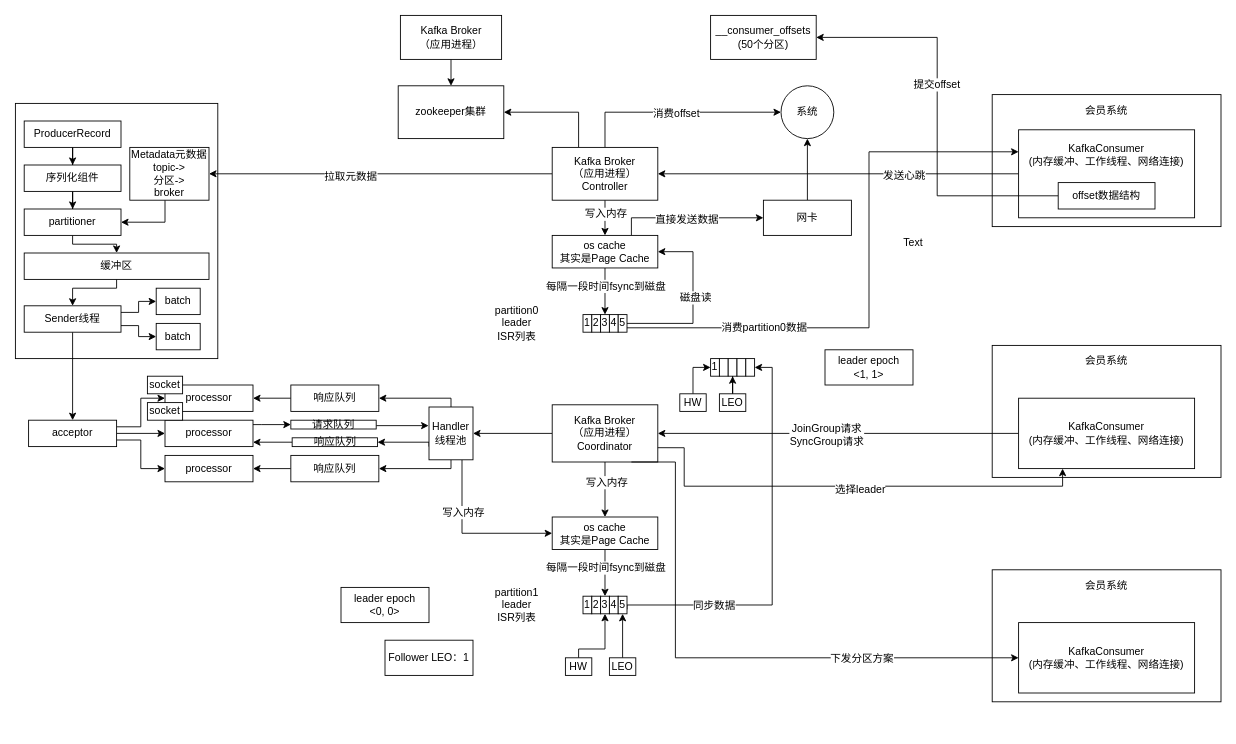
This is Kafka/01_Kafka原理.drawio from chenshuai1995/a-imgs, a draw.io file, before an edit. Source tidied: cells renumbered, new cells numbered last; positions are measured from the earlier drawing's top-left corner, leaving out a move shared by most shapes. Both pictures are drawn from the tidied source at 88%, with x=0, y=0 at pixel (15, 15).
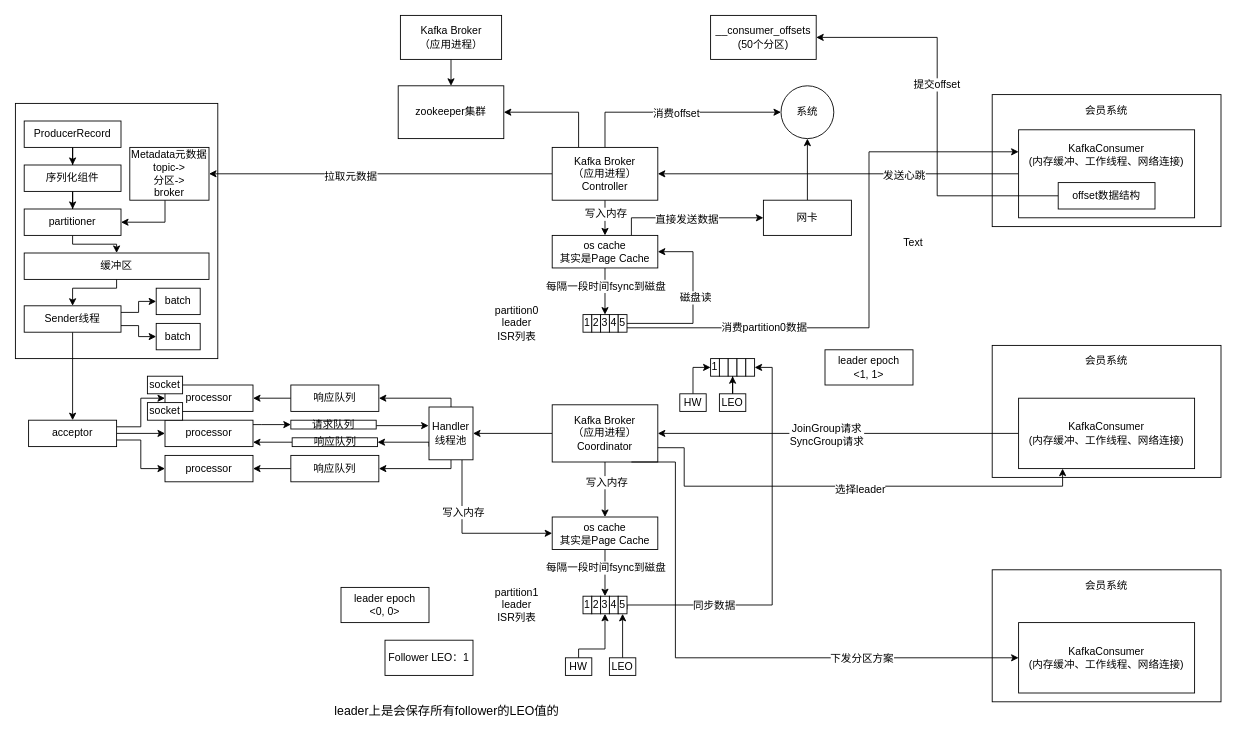
Above is the later version.

Commit message:
leader上是会保存所有follower的LEO值的

Diff of the diagram source:
```diff
@@
+    <mxCell id="122" value="&lt;p class=&quot;MsoNormal&quot;&gt;&lt;span style=&quot;font-size: 10.5pt&quot;&gt;leader&lt;font face=&quot;宋体&quot;&gt;上是会保存所有&lt;/font&gt;&lt;font face=&quot;Calibri&quot;&gt;follower&lt;/font&gt;&lt;font face=&quot;宋体&quot;&gt;的&lt;/font&gt;&lt;font face=&quot;Calibri&quot;&gt;LEO&lt;/font&gt;&lt;font face=&quot;宋体&quot;&gt;值的&lt;/font&gt;&lt;/span&gt;&lt;/p&gt;" style="text;html=1;align=center;verticalAlign=middle;" parent="1" vertex="1">
+      <mxGeometry x="355" y="770" width="270" height="40" as="geometry" />
+    </mxCell>
```
